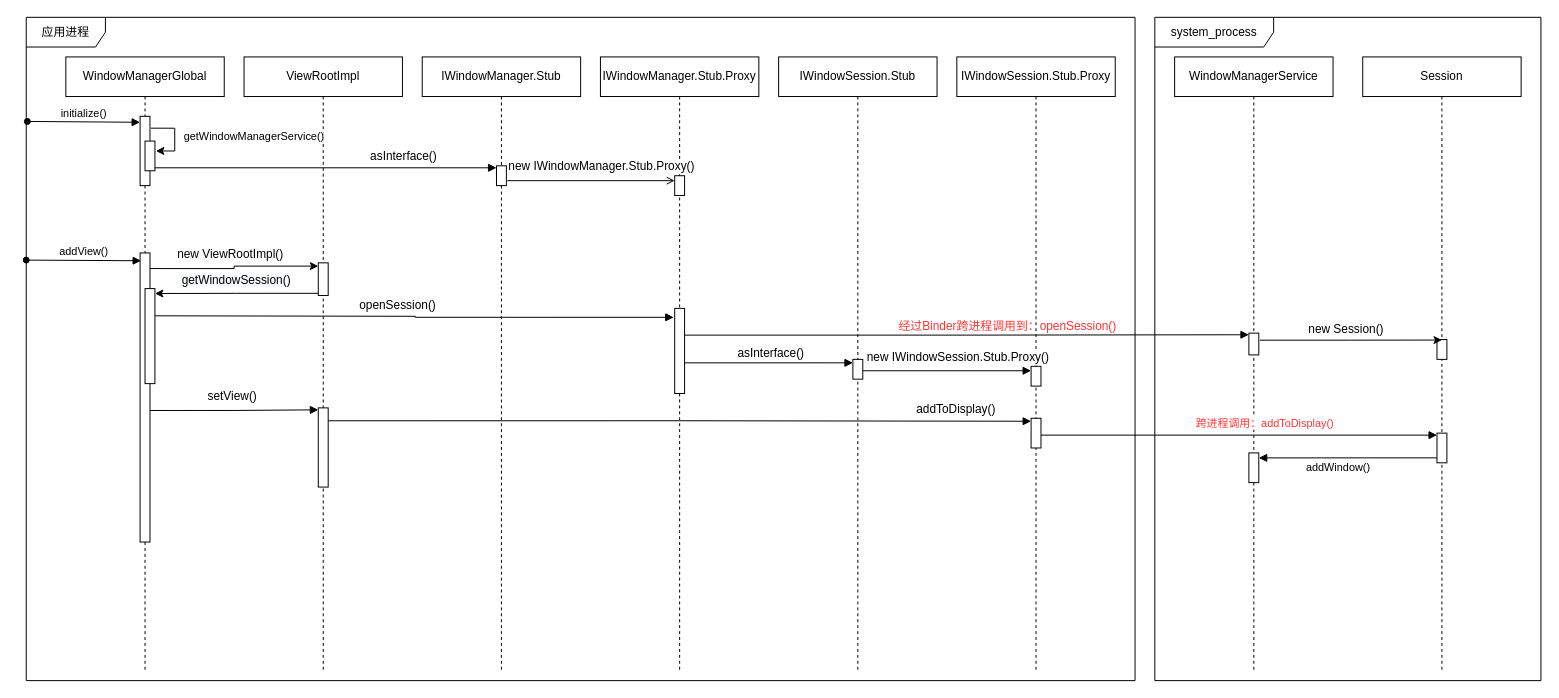
Before: processonfiles/WindowManagerGlobal添加窗体时序图.drawio in wurensen/aosp-learning, a draw.io diagram. Source tidied: cells renumbered, new cells numbered last; positions are measured from the earlier drawing's top-left corner, leaving out a move shared by most shapes. Both pictures are drawn from the tidied source at 99%, with x=0, y=0 at pixel (26, 17).
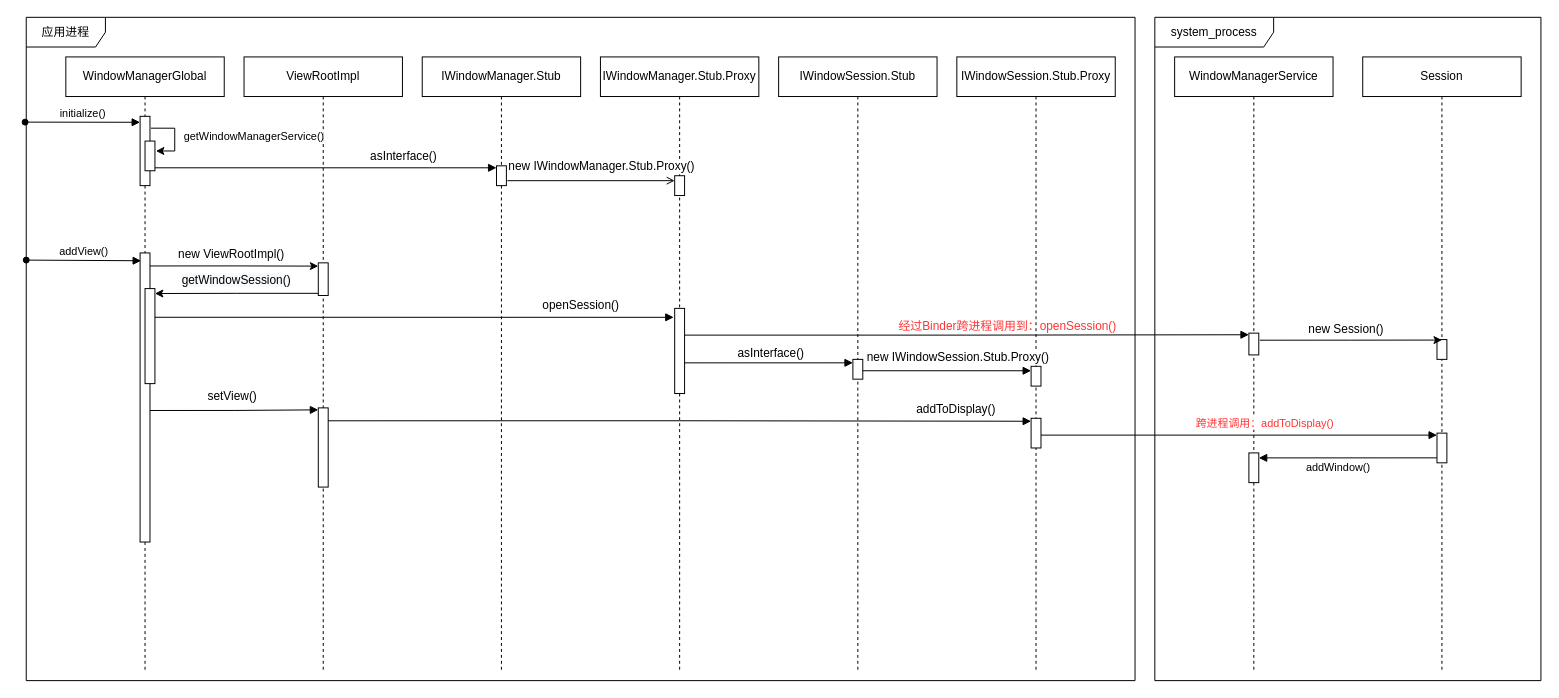
Above is the later version.

Commit message:
更新WindowManagerGlobal添加窗体时序图.drawio

Unchanged cells that the change refers to:
```xml
<mxCell id="3" value="应用进程" style="shape=umlFrame;whiteSpace=wrap;html=1;width=80;height=30;" parent="1" vertex="1">
  <mxGeometry width="1120" height="670" as="geometry" />
</mxCell>
<mxCell id="5" style="html=1;points=[];perimeter=orthogonalPerimeter;" parent="4" vertex="1">
  <mxGeometry x="75" y="198" width="10" height="292" as="geometry" />
</mxCell>
<mxCell id="6" style="html=1;points=[];perimeter=orthogonalPerimeter;" parent="4" vertex="1">
  <mxGeometry x="80" y="234" width="10" height="96" as="geometry" />
</mxCell>
<mxCell id="7" style="html=1;points=[];perimeter=orthogonalPerimeter;" parent="4" vertex="1">
  <mxGeometry x="75" y="60" width="10" height="70" as="geometry" />
</mxCell>
<mxCell id="10" style="html=1;points=[];perimeter=orthogonalPerimeter;" parent="9" vertex="1">
  <mxGeometry x="75" y="208" width="10" height="33" as="geometry" />
</mxCell>
<mxCell id="35" style="html=1;points=[];perimeter=orthogonalPerimeter;" parent="33" vertex="1">
  <mxGeometry x="75" y="254" width="10" height="86" as="geometry" />
</mxCell>
```

The edit, as a diff of the source:
```diff
@@
-    <mxCell id="12" style="edgeStyle=orthogonalEdgeStyle;rounded=0;jettySize=auto;html=1;entryX=0;entryY=0.1;entryDx=0;entryDy=0;entryPerimeter=0;exitX=1;exitY=0.054;exitDx=0;exitDy=0;exitPerimeter=0;" parent="1" edge="1" source="5" target="10">
+    <mxCell id="12" style="edgeStyle=orthogonalEdgeStyle;rounded=0;jettySize=auto;html=1;entryX=0;entryY=0.1;entryDx=0;entryDy=0;entryPerimeter=0;exitX=1;exitY=0.045;exitDx=0;exitDy=0;exitPerimeter=0;" parent="1" edge="1" source="5" target="10">
       <mxGeometry relative="1" as="geometry" />
     </mxCell>
@@
-    <mxCell id="16" value="initialize()" style="html=1;verticalAlign=bottom;endArrow=block;startArrow=oval;startFill=1;entryX=0;entryY=0.086;entryDx=0;entryDy=0;entryPerimeter=0;exitX=0.001;exitY=0.157;exitDx=0;exitDy=0;exitPerimeter=0;" parent="1" edge="1" source="3" target="7">
+    <mxCell id="16" value="initialize()" style="html=1;verticalAlign=bottom;endArrow=block;startArrow=oval;startFill=1;entryX=0;entryY=0.086;entryDx=0;entryDy=0;entryPerimeter=0;exitX=-0.001;exitY=0.158;exitDx=0;exitDy=0;exitPerimeter=0;" parent="1" edge="1" source="3" target="7">
       <mxGeometry relative="1" as="geometry" />
     </mxCell>
@@
-    <mxCell id="26" style="edgeStyle=orthogonalEdgeStyle;rounded=0;jettySize=auto;html=1;entryX=-0.1;entryY=0.105;entryDx=0;entryDy=0;entryPerimeter=0;endArrow=block;endFill=1;" parent="1" edge="1" target="35">
-      <mxGeometry relative="1" as="geometry">
-        <mxPoint x="130" y="301.5" as="sourcePoint" />
-      </mxGeometry>
+    <mxCell id="26" style="edgeStyle=orthogonalEdgeStyle;rounded=0;jettySize=auto;html=1;entryX=-0.1;entryY=0.105;entryDx=0;entryDy=0;entryPerimeter=0;endArrow=block;endFill=1;exitX=1;exitY=0.302;exitDx=0;exitDy=0;exitPerimeter=0;" parent="1" edge="1" source="6" target="35">
+      <mxGeometry relative="1" as="geometry" />
     </mxCell>
     <mxCell id="27" value="openSession()" style="text;html=1;align=center;verticalAlign=middle;labelBackgroundColor=#ffffff;" parent="26" vertex="1">
       <mxGeometry x="-0.28" relative="1" as="geometry">
-        <mxPoint x="56" y="-11.5" as="offset" />
+        <mxPoint x="241" y="-13" as="offset" />
       </mxGeometry>
     </mxCell>
```
